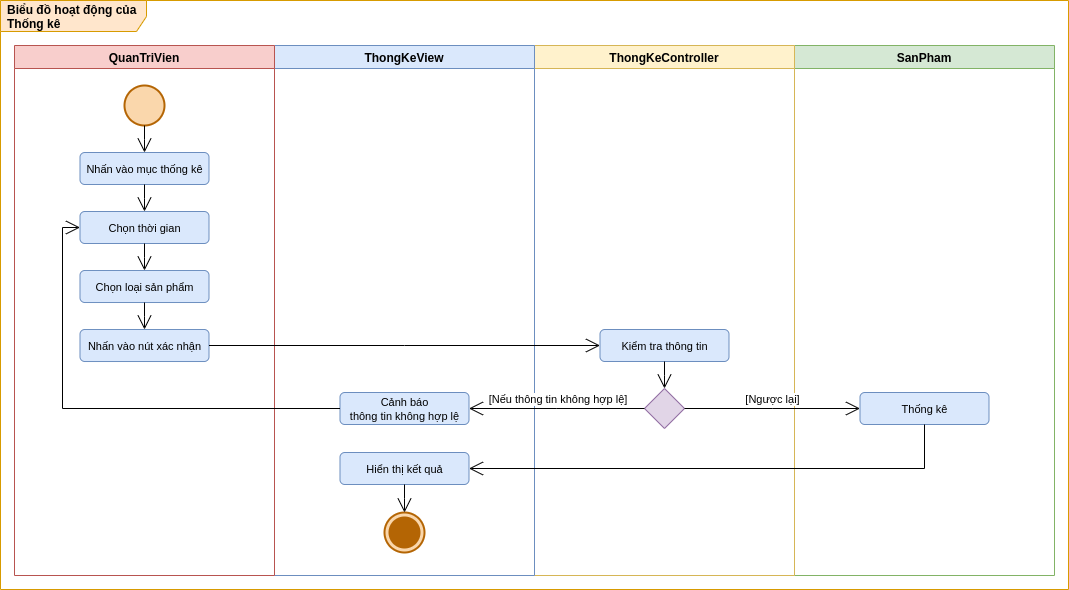
The draw.io diagram images/Activity Diagram/Statistic.png in luclegen/medicine16, before a commit. Source tidied: cells renumbered, new cells last; positions are measured from the earlier drawing's top-left corner, leaving out a move shared by most shapes.
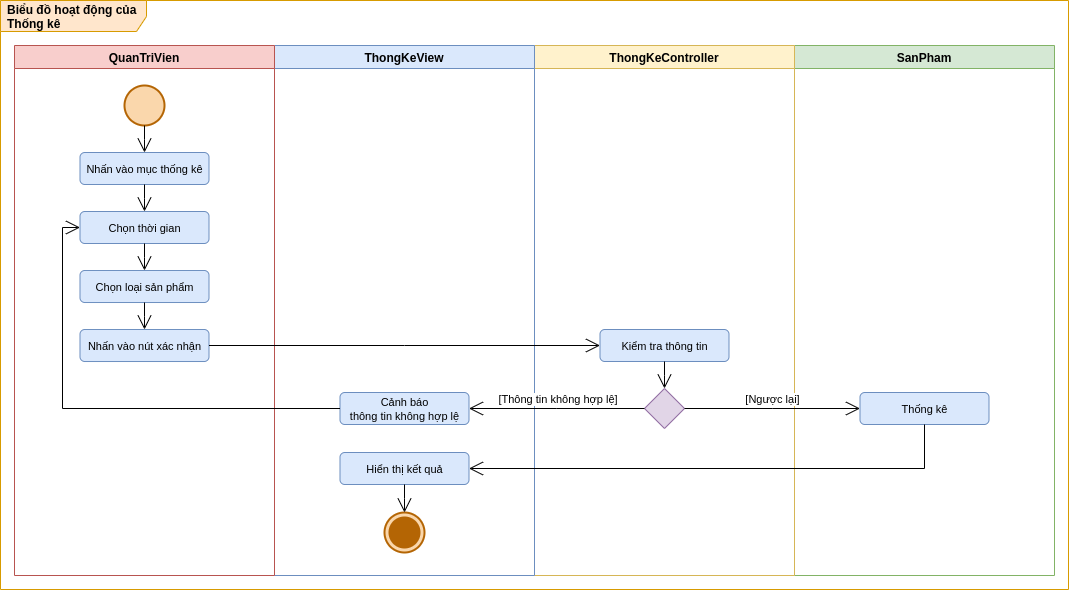
The same diagram one commit later.

What changed in the source:
```diff
@@ -1,17 +1,17 @@
 <mxGraphModel>
   <root>
-    <mxCell id="0" />
-    <mxCell id="1" parent="0" />
+    <mxCell id="29" />
+    <mxCell id="30" parent="29" />
-    <mxCell id="2" value="Biểu đồ hoạt động của&lt;br&gt;&lt;b&gt;Thống kê&lt;/b&gt;" style="shape=umlFrame;whiteSpace=wrap;html=1;width=146;height=31;boundedLbl=1;verticalAlign=middle;align=left;spacingLeft=5;fontStyle=1;fillColor=#ffe6cc;strokeColor=#d79b00;swimlaneFillColor=#FFFFFF;" parent="1" vertex="1">
+    <mxCell id="2" value="Biểu đồ hoạt động của&lt;br&gt;&lt;b&gt;Thống kê&lt;/b&gt;" style="shape=umlFrame;whiteSpace=wrap;html=1;width=146;height=31;boundedLbl=1;verticalAlign=middle;align=left;spacingLeft=5;fontStyle=1;fillColor=#ffe6cc;strokeColor=#d79b00;swimlaneFillColor=#FFFFFF;" parent="30" vertex="1">
       <mxGeometry width="1068" height="589" as="geometry" />
     </mxCell>
-    <mxCell id="3" value="SanPham" style="swimlane;fillColor=#d5e8d4;strokeColor=#82b366;" parent="1" vertex="1">
+    <mxCell id="3" value="SanPham" style="swimlane;fillColor=#d5e8d4;strokeColor=#82b366;" parent="30" vertex="1">
       <mxGeometry x="794" y="45" width="260" height="530" as="geometry" />
     </mxCell>
     <mxCell id="4" value="&lt;span style=&quot;font-size: 11px ; text-align: left&quot;&gt;Thống kê&lt;/span&gt;" style="shape=rect;html=1;rounded=1;whiteSpace=wrap;align=center;fillColor=#dae8fc;strokeColor=#6c8ebf;" parent="3" vertex="1">
       <mxGeometry x="65.5" y="347" width="129" height="32" as="geometry" />
     </mxCell>
-    <mxCell id="5" value="ThongKeController" style="swimlane;startSize=23;fillColor=#fff2cc;strokeColor=#d6b656;" parent="1" vertex="1">
+    <mxCell id="5" value="ThongKeController" style="swimlane;startSize=23;fillColor=#fff2cc;strokeColor=#d6b656;" parent="30" vertex="1">
       <mxGeometry x="534" y="45" width="260" height="530" as="geometry" />
     </mxCell>
     <mxCell id="6" value="&lt;span style=&quot;font-size: 11px&quot;&gt;Kiểm tra thông tin&lt;/span&gt;" style="shape=rect;html=1;rounded=1;whiteSpace=wrap;align=center;fillColor=#dae8fc;strokeColor=#6c8ebf;" parent="5" vertex="1">
@@ -23,7 +23,7 @@
     <mxCell id="8" style="edgeStyle=elbowEdgeStyle;html=1;elbow=vertical;endArrow=open;rounded=0;verticalAlign=bottom;endSize=12;exitX=0.5;exitY=1;exitDx=0;exitDy=0;" parent="5" edge="1" source="6" target="7">
       <mxGeometry relative="1" as="geometry" />
     </mxCell>
-    <mxCell id="9" value="ThongKeView" style="swimlane;fillColor=#dae8fc;strokeColor=#6c8ebf;" parent="1" vertex="1">
+    <mxCell id="9" value="ThongKeView" style="swimlane;fillColor=#dae8fc;strokeColor=#6c8ebf;" parent="30" vertex="1">
       <mxGeometry x="274" y="45" width="260" height="530" as="geometry" />
     </mxCell>
     <mxCell id="10" style="html=1;shape=mxgraph.sysml.actFinal;strokeWidth=2;verticalLabelPosition=bottom;verticalAlignment=top;fillColor=#fad7ac;strokeColor=#b46504;" parent="9" vertex="1">
@@ -38,7 +38,7 @@
     <mxCell id="13" value="&lt;span style=&quot;font-size: 11px ; text-align: left&quot;&gt;Cảnh báo&lt;br&gt;&lt;/span&gt;&lt;span style=&quot;font-size: 11px ; text-align: left&quot;&gt;thông tin&amp;nbsp;&lt;/span&gt;&lt;span style=&quot;font-size: 11px ; text-align: left&quot;&gt;không hợp lệ&lt;/span&gt;" style="shape=rect;html=1;rounded=1;whiteSpace=wrap;align=center;fillColor=#dae8fc;strokeColor=#6c8ebf;" parent="9" vertex="1">
       <mxGeometry x="65.5" y="347" width="129" height="32" as="geometry" />
     </mxCell>
-    <mxCell id="14" value="QuanTriVien" style="swimlane;startSize=23;fillColor=#f8cecc;strokeColor=#b85450;" parent="1" vertex="1">
+    <mxCell id="14" value="QuanTriVien" style="swimlane;startSize=23;fillColor=#f8cecc;strokeColor=#b85450;" parent="30" vertex="1">
       <mxGeometry x="14" y="45" width="260" height="530" as="geometry" />
     </mxCell>
     <mxCell id="15" style="shape=ellipse;html=1;fillColor=#fad7ac;strokeWidth=2;verticalLabelPosition=bottom;verticalAlignment=top;perimeter=ellipsePerimeter;strokeColor=#b46504;" parent="14" vertex="1">
@@ -68,23 +68,23 @@
     <mxCell id="23" style="edgeStyle=elbowEdgeStyle;html=1;elbow=vertical;endArrow=open;rounded=0;verticalAlign=bottom;endSize=12;exitX=0.5;exitY=1;exitDx=0;exitDy=0;entryX=0.5;entryY=0;entryDx=0;entryDy=0;" parent="14" edge="1" source="18" target="20">
       <mxGeometry relative="1" as="geometry" />
     </mxCell>
-    <mxCell id="24" style="edgeStyle=elbowEdgeStyle;html=1;elbow=vertical;endArrow=open;rounded=0;verticalAlign=bottom;endSize=12;exitX=1;exitY=0.5;exitDx=0;exitDy=0;entryX=0;entryY=0.5;entryDx=0;entryDy=0;" parent="1" edge="1" source="21" target="6">
+    <mxCell id="24" style="edgeStyle=elbowEdgeStyle;html=1;elbow=vertical;endArrow=open;rounded=0;verticalAlign=bottom;endSize=12;exitX=1;exitY=0.5;exitDx=0;exitDy=0;entryX=0;entryY=0.5;entryDx=0;entryDy=0;" parent="30" edge="1" source="21" target="6">
       <mxGeometry relative="1" as="geometry" />
     </mxCell>
-    <mxCell id="25" value="&amp;nbsp;[&lt;span style=&quot;text-align: left&quot;&gt;Nếu thông tin không hợp lệ&lt;/span&gt;]" style="edgeStyle=elbowEdgeStyle;html=1;elbow=vertical;verticalAlign=bottom;endArrow=open;rounded=0;endSize=12;entryX=1;entryY=0.5;entryDx=0;entryDy=0;" parent="1" edge="1" source="7" target="13">
+    <mxCell id="25" value="&amp;nbsp;[T&lt;span style=&quot;text-align: left&quot;&gt;hông tin không hợp lệ&lt;/span&gt;]" style="edgeStyle=elbowEdgeStyle;html=1;elbow=vertical;verticalAlign=bottom;endArrow=open;rounded=0;endSize=12;entryX=1;entryY=0.5;entryDx=0;entryDy=0;" parent="30" edge="1" source="7" target="13">
       <mxGeometry relative="1" as="geometry" />
     </mxCell>
-    <mxCell id="26" value="[Ngược lại]" style="edgeStyle=elbowEdgeStyle;html=1;elbow=vertical;verticalAlign=bottom;endArrow=open;rounded=0;endSize=12;labelBorderColor=none;labelBackgroundColor=#FFFFFF;entryX=0;entryY=0.5;entryDx=0;entryDy=0;" parent="1" edge="1" source="7" target="4">
+    <mxCell id="26" value="[Ngược lại]" style="edgeStyle=elbowEdgeStyle;html=1;elbow=vertical;verticalAlign=bottom;endArrow=open;rounded=0;endSize=12;labelBorderColor=none;labelBackgroundColor=#FFFFFF;entryX=0;entryY=0.5;entryDx=0;entryDy=0;" parent="30" edge="1" source="7" target="4">
       <mxGeometry relative="1" as="geometry" />
     </mxCell>
-    <mxCell id="27" style="edgeStyle=elbowEdgeStyle;html=1;elbow=vertical;verticalAlign=bottom;endArrow=open;rounded=0;endSize=12;exitX=0;exitY=0.5;exitDx=0;exitDy=0;entryX=0;entryY=0.5;entryDx=0;entryDy=0;" parent="1" edge="1" source="13" target="18">
+    <mxCell id="27" style="edgeStyle=elbowEdgeStyle;html=1;elbow=vertical;verticalAlign=bottom;endArrow=open;rounded=0;endSize=12;exitX=0;exitY=0.5;exitDx=0;exitDy=0;entryX=0;entryY=0.5;entryDx=0;entryDy=0;" parent="30" edge="1" source="13" target="18">
       <mxGeometry relative="1" as="geometry">
         <Array as="points">
           <mxPoint x="62" y="319" />
         </Array>
       </mxGeometry>
     </mxCell>
-    <mxCell id="28" style="edgeStyle=elbowEdgeStyle;html=1;elbow=horizontal;align=right;verticalAlign=bottom;endArrow=none;rounded=0;labelBackgroundColor=none;startArrow=open;startSize=12;exitX=1;exitY=0.5;exitDx=0;exitDy=0;entryX=0.5;entryY=1;entryDx=0;entryDy=0;" parent="1" edge="1" source="11" target="4">
+    <mxCell id="28" style="edgeStyle=elbowEdgeStyle;html=1;elbow=horizontal;align=right;verticalAlign=bottom;endArrow=none;rounded=0;labelBackgroundColor=none;startArrow=open;startSize=12;exitX=1;exitY=0.5;exitDx=0;exitDy=0;entryX=0.5;entryY=1;entryDx=0;entryDy=0;" parent="30" edge="1" source="11" target="4">
       <mxGeometry relative="1" as="geometry">
         <Array as="points">
           <mxPoint x="924" y="453" />
```
